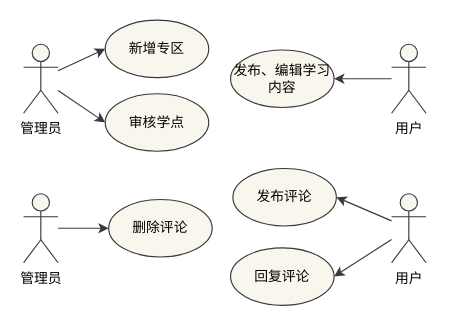
Before: page "第 6 页" (6 of 12) of a.dio in z-juln/it-community, a draw.io diagram. Source tidied: cells renumbered, new cells numbered last; positions are measured from the earlier drawing's top-left corner, leaving out a move shared by most shapes. Both pictures are drawn from the tidied source at 115%, with x=0, y=0 at pixel (23, 20).
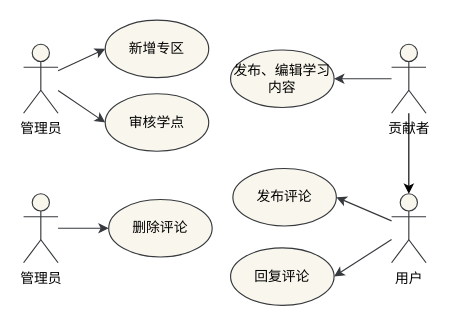
The same diagram, later.

Diff of the diagram source:
```diff
@@
 <mxGraphModel background="#FFFFFF">
   <root>
     <mxCell id="0" />
     <mxCell id="1" parent="0" />
     <mxCell id="2" style="edgeStyle=none;html=1;entryX=0;entryY=0.5;entryDx=0;entryDy=0;fontSize=10;fontColor=#000000;fillColor=#f9f7ed;strokeColor=#36393d;" parent="1" edge="1" source="4" target="5">
       <mxGeometry relative="1" as="geometry" />
     </mxCell>
     <mxCell id="3" style="edgeStyle=none;html=1;labelBackgroundColor=#FFFFFF;fontFamily=Helvetica;fontSize=12;fontColor=#000000;entryX=0;entryY=0.5;entryDx=0;entryDy=0;fillColor=#f9f7ed;strokeColor=#36393d;" parent="1" edge="1" source="4" target="16">
       <mxGeometry relative="1" as="geometry" />
     </mxCell>
     <mxCell id="4" value="管理员" style="shape=umlActor;verticalLabelPosition=bottom;verticalAlign=top;html=1;outlineConnect=0;fillColor=#f9f7ed;strokeColor=#36393d;fontColor=#000000;" parent="1" vertex="1">
       <mxGeometry y="21" width="30" height="60" as="geometry" />
     </mxCell>
     <mxCell id="5" value="审核学点" style="ellipse;whiteSpace=wrap;html=1;fillColor=#f9f7ed;strokeColor=#36393d;fontColor=#000000;" parent="1" vertex="1">
       <mxGeometry x="71" y="64" width="90" height="50" as="geometry" />
     </mxCell>
     <mxCell id="6" style="edgeStyle=none;html=1;entryX=1;entryY=0.5;entryDx=0;entryDy=0;fontSize=10;fontColor=#000000;fillColor=#f9f7ed;strokeColor=#36393d;" parent="1" edge="1" source="7" target="8">
       <mxGeometry relative="1" as="geometry" />
     </mxCell>
+    <mxCell id="18" style="edgeStyle=none;html=1;" parent="1" edge="1" source="7" target="14">
+      <mxGeometry relative="1" as="geometry" />
+    </mxCell>
-    <mxCell id="7" value="用户" style="shape=umlActor;verticalLabelPosition=bottom;verticalAlign=top;html=1;outlineConnect=0;fillColor=#f9f7ed;strokeColor=#36393d;fontColor=#000000;" parent="1" vertex="1">
+    <mxCell id="7" value="贡献者" style="shape=umlActor;verticalLabelPosition=bottom;verticalAlign=top;html=1;outlineConnect=0;fillColor=#f9f7ed;strokeColor=#36393d;fontColor=#000000;" parent="1" vertex="1">
       <mxGeometry x="320" y="21" width="30" height="60" as="geometry" />
     </mxCell>
     <mxCell id="8" value="发布、编辑学习内容" style="ellipse;whiteSpace=wrap;html=1;fillColor=#f9f7ed;strokeColor=#36393d;fontColor=#000000;" parent="1" vertex="1">
       <mxGeometry x="180" y="26" width="90" height="50" as="geometry" />
     </mxCell>
     <mxCell id="9" style="edgeStyle=none;html=1;entryX=0;entryY=0.5;entryDx=0;entryDy=0;fontSize=10;fontColor=#000000;fillColor=#f9f7ed;strokeColor=#36393d;" parent="1" edge="1" source="10" target="11">
       <mxGeometry relative="1" as="geometry" />
     </mxCell>
     <mxCell id="10" value="管理员" style="shape=umlActor;verticalLabelPosition=bottom;verticalAlign=top;html=1;outlineConnect=0;fillColor=#f9f7ed;strokeColor=#36393d;fontColor=#000000;" parent="1" vertex="1">
       <mxGeometry y="151" width="30" height="60" as="geometry" />
     </mxCell>
     <mxCell id="11" value="删除评论" style="ellipse;whiteSpace=wrap;html=1;fillColor=#f9f7ed;strokeColor=#36393d;fontColor=#000000;" parent="1" vertex="1">
       <mxGeometry x="74" y="156" width="90" height="50" as="geometry" />
     </mxCell>
     <mxCell id="12" style="edgeStyle=none;html=1;entryX=1;entryY=0.5;entryDx=0;entryDy=0;fontSize=10;fontColor=#000000;fillColor=#f9f7ed;strokeColor=#36393d;" parent="1" edge="1" source="14" target="15">
       <mxGeometry relative="1" as="geometry" />
     </mxCell>
     <mxCell id="13" style="edgeStyle=none;html=1;entryX=1;entryY=0.5;entryDx=0;entryDy=0;labelBackgroundColor=#FFFFFF;fontFamily=Helvetica;fontSize=12;fontColor=#000000;fillColor=#f9f7ed;strokeColor=#36393d;" parent="1" edge="1" source="14" target="17">
       <mxGeometry relative="1" as="geometry" />
     </mxCell>
     <mxCell id="14" value="用户" style="shape=umlActor;verticalLabelPosition=bottom;verticalAlign=top;html=1;outlineConnect=0;fillColor=#f9f7ed;strokeColor=#36393d;fontColor=#000000;" parent="1" vertex="1">
       <mxGeometry x="320" y="151" width="30" height="60" as="geometry" />
     </mxCell>
     <mxCell id="15" value="发布评论" style="ellipse;whiteSpace=wrap;html=1;fillColor=#f9f7ed;strokeColor=#36393d;fontColor=#000000;" parent="1" vertex="1">
       <mxGeometry x="182" y="129" width="90" height="50" as="geometry" />
     </mxCell>
     <mxCell id="16" value="新增专区" style="ellipse;whiteSpace=wrap;html=1;fillColor=#f9f7ed;strokeColor=#36393d;fontColor=#000000;" parent="1" vertex="1">
       <mxGeometry x="71" width="90" height="50" as="geometry" />
     </mxCell>
     <mxCell id="17" value="回复评论" style="ellipse;whiteSpace=wrap;html=1;fillColor=#f9f7ed;strokeColor=#36393d;fontColor=#000000;" parent="1" vertex="1">
       <mxGeometry x="180" y="198" width="90" height="50" as="geometry" />
     </mxCell>
   </root>
 </mxGraphModel>
```
